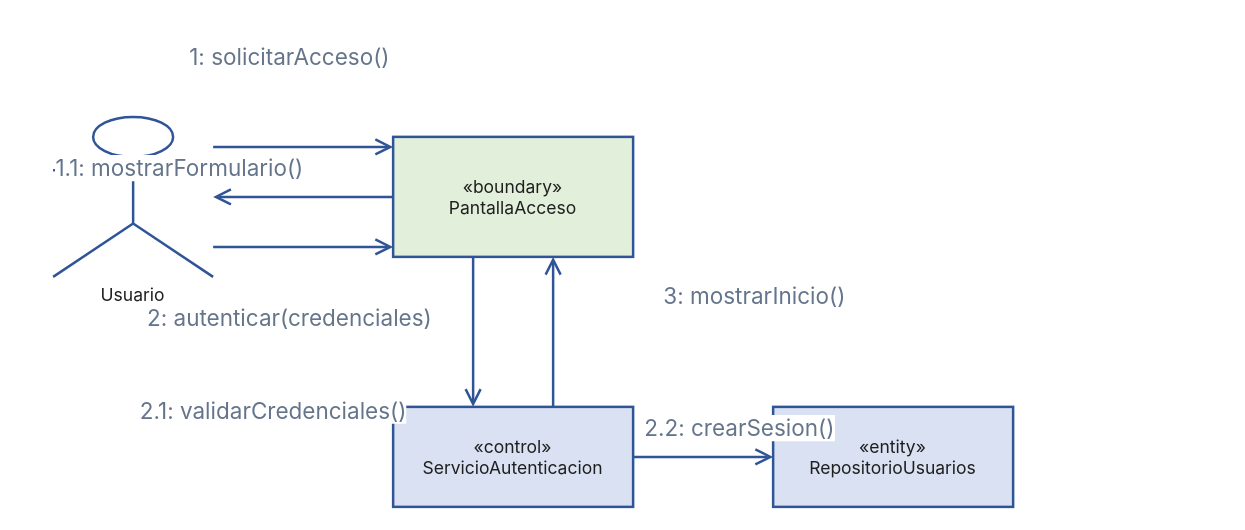
The draw.io diagram docs/diagramas-comunicacion/CU03-iniciar-sesion.drawio in miromero13/diagrammer, before the edit. Source tidied: cells renumbered, new cells numbered last; positions are measured from the earlier drawing's top-left corner, leaving out a move shared by most shapes. Both pictures are drawn from the tidied source at 125%, with x=0, y=0 at pixel (52, 116).
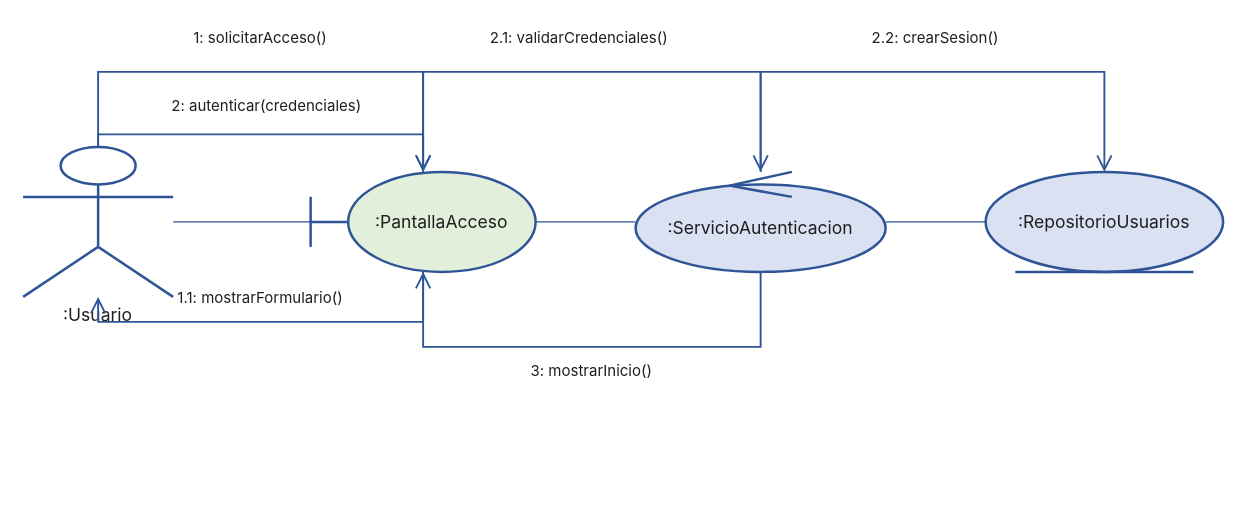
The same diagram, later.

The edit, as a diff of the source:
```diff
@@
-    <mxCell id="2" value="Usuario" style="shape=umlActor;html=1;whiteSpace=wrap;fontColor=#1F1F1F;fontSize=14;fontFamily=Inter, Roboto, system-ui, -apple-system, sans-serif;align=center;fillColor=none;strokeColor=#2F5597;strokeWidth=2;verticalLabelPosition=bottom;verticalAlign=top;" parent="1" vertex="1">
-      <mxGeometry width="128" height="128" as="geometry" />
-    </mxCell>
-    <mxCell id="3" value="«boundary»&lt;br&gt;PantallaAcceso" style="rounded=0;html=1;whiteSpace=wrap;fontColor=#1F1F1F;fontSize=14;fontFamily=Inter, Roboto, system-ui, -apple-system, sans-serif;align=center;fillColor=#E2EFDA;strokeColor=#2F5597;strokeWidth=2;" parent="1" vertex="1">
-      <mxGeometry x="272" y="16" width="192" height="96" as="geometry" />
-    </mxCell>
-    <mxCell id="4" value="«control»&lt;br&gt;ServicioAutenticacion" style="rounded=0;html=1;whiteSpace=wrap;fontColor=#1F1F1F;fontSize=14;fontFamily=Inter, Roboto, system-ui, -apple-system, sans-serif;align=center;fillColor=#D9E1F2;strokeColor=#2F5597;strokeWidth=2;" parent="1" vertex="1">
-      <mxGeometry x="272" y="232" width="192" height="80" as="geometry" />
-    </mxCell>
-    <mxCell id="5" value="«entity»&lt;br&gt;RepositorioUsuarios" style="rounded=0;html=1;whiteSpace=wrap;fontColor=#1F1F1F;fontSize=14;fontFamily=Inter, Roboto, system-ui, -apple-system, sans-serif;align=center;fillColor=#D9E1F2;strokeColor=#2F5597;strokeWidth=2;" parent="1" vertex="1">
-      <mxGeometry x="576" y="232" width="192" height="80" as="geometry" />
-    </mxCell>
-    <mxCell id="6" style="edgeStyle=orthogonalEdgeStyle;rounded=0;jettySize=auto;html=1;strokeColor=#2F5597;strokeWidth=2;endArrow=open;endFill=0;endSize=10;exitX=1;exitY=0.1875;exitDx=0;exitDy=0;entryX=0;entryY=0.0833333;entryDx=0;entryDy=0;jumpStyle=arc;jumpSize=8;" parent="1" edge="1" source="2" target="3">
-      <mxGeometry relative="1" as="geometry" />
-    </mxCell>
+    <mxCell id="18" value=":Usuario" style="shape=umlActor;html=1;whiteSpace=wrap;fontColor=#1F1F1F;fontSize=14;fontFamily=Inter, Roboto, system-ui, -apple-system, sans-serif;align=center;fillColor=none;strokeColor=#2F5597;strokeWidth=2;verticalLabelPosition=bottom;verticalAlign=top;" parent="1" vertex="1">
+      <mxGeometry x="-24" y="24" width="120" height="120" as="geometry" />
+    </mxCell>
+    <mxCell id="19" value=":PantallaAcceso" style="shape=umlBoundary;html=1;whiteSpace=wrap;fontColor=#1F1F1F;fontSize=14;fontFamily=Inter, Roboto, system-ui, -apple-system, sans-serif;align=center;fillColor=#E2EFDA;strokeColor=#2F5597;strokeWidth=2;" parent="1" vertex="1">
+      <mxGeometry x="206" y="44" width="180" height="80" as="geometry" />
+    </mxCell>
+    <mxCell id="20" value=":ServicioAutenticacion" style="ellipse;shape=umlControl;html=1;whiteSpace=wrap;fontColor=#1F1F1F;fontSize=14;fontFamily=Inter, Roboto, system-ui, -apple-system, sans-serif;align=center;fillColor=#D9E1F2;strokeColor=#2F5597;strokeWidth=2;perimeter=ellipsePerimeter;" parent="1" vertex="1">
+      <mxGeometry x="466" y="44" width="200" height="80" as="geometry" />
+    </mxCell>
+    <mxCell id="21" value=":RepositorioUsuarios" style="ellipse;shape=umlEntity;html=1;whiteSpace=wrap;fontColor=#1F1F1F;fontSize=14;fontFamily=Inter, Roboto, system-ui, -apple-system, sans-serif;align=center;fillColor=#D9E1F2;strokeColor=#2F5597;strokeWidth=2;perimeter=ellipsePerimeter;" parent="1" vertex="1">
+      <mxGeometry x="746" y="44" width="190" height="80" as="geometry" />
+    </mxCell>
+    <mxCell id="22" style="edgeStyle=none;rounded=0;html=1;strokeColor=#2F5597;strokeWidth=1;startArrow=none;endArrow=none;" parent="1" edge="1" source="18" target="19">
+      <mxGeometry relative="1" as="geometry" />
+    </mxCell>
+    <mxCell id="23" style="edgeStyle=none;rounded=0;html=1;strokeColor=#2F5597;strokeWidth=1;startArrow=none;endArrow=none;" parent="1" edge="1" source="19" target="20">
+      <mxGeometry relative="1" as="geometry" />
+    </mxCell>
+    <mxCell id="24" style="edgeStyle=none;rounded=0;html=1;strokeColor=#2F5597;strokeWidth=1;startArrow=none;endArrow=none;" parent="1" edge="1" source="20" target="21">
+      <mxGeometry relative="1" as="geometry" />
+    </mxCell>
+    <mxCell id="25" style="edgeStyle=none;rounded=0;html=1;strokeColor=#2F5597;strokeWidth=1.5;endArrow=open;endFill=0;endSize=10;" parent="1" edge="1" source="18" target="19">
+      <mxGeometry relative="1" as="geometry">
+        <Array as="points">
+          <mxPoint x="36" y="-36" />
+          <mxPoint x="296" y="-36" />
+        </Array>
+      </mxGeometry>
+    </mxCell>
+    <mxCell id="26" style="edgeStyle=none;rounded=0;html=1;strokeColor=#2F5597;strokeWidth=1.5;endArrow=open;endFill=0;endSize=10;" parent="1" edge="1" source="19" target="18">
+      <mxGeometry relative="1" as="geometry">
+        <Array as="points">
+          <mxPoint x="296" y="164" />
+          <mxPoint x="36" y="164" />
+        </Array>
+      </mxGeometry>
+    </mxCell>
+    <mxCell id="27" style="edgeStyle=none;rounded=0;html=1;strokeColor=#2F5597;strokeWidth=1.5;endArrow=open;endFill=0;endSize=10;" parent="1" edge="1" source="18" target="19">
+      <mxGeometry relative="1" as="geometry">
+        <Array as="points">
+          <mxPoint x="36" y="14" />
+          <mxPoint x="296" y="14" />
+        </Array>
+      </mxGeometry>
+    </mxCell>
+    <mxCell id="28" style="edgeStyle=none;rounded=0;html=1;strokeColor=#2F5597;strokeWidth=1.5;endArrow=open;endFill=0;endSize=10;" parent="1" edge="1" source="19" target="20">
+      <mxGeometry relative="1" as="geometry">
+        <Array as="points">
+          <mxPoint x="296" y="-36" />
+          <mxPoint x="566" y="-36" />
+        </Array>
+      </mxGeometry>
+    </mxCell>
+    <mxCell id="29" style="edgeStyle=none;rounded=0;html=1;strokeColor=#2F5597;strokeWidth=1.5;endArrow=open;endFill=0;endSize=10;" parent="1" edge="1" source="20" target="21">
+      <mxGeometry relative="1" as="geometry">
+        <Array as="points">
+          <mxPoint x="566" y="-36" />
+          <mxPoint x="841" y="-36" />
+        </Array>
+      </mxGeometry>
+    </mxCell>
+    <mxCell id="30" style="edgeStyle=none;rounded=0;html=1;strokeColor=#2F5597;strokeWidth=1.5;endArrow=open;endFill=0;endSize=10;" parent="1" edge="1" source="20" target="19">
+      <mxGeometry relative="1" as="geometry">
+        <Array as="points">
+          <mxPoint x="566" y="184" />
+          <mxPoint x="296" y="184" />
+        </Array>
+      </mxGeometry>
+    </mxCell>
-    <mxCell id="7" value="1: solicitarAcceso()" style="edgeLabel;html=1;align=center;verticalAlign=middle;fontSize=18;fontColor=#64748B;fontFamily=Inter, Roboto, system-ui, -apple-system, sans-serif;" parent="6" vertex="1">
-      <mxGeometry x="0.5" relative="1" as="geometry">
-        <mxPoint x="-48" y="-72" as="offset" />
-      </mxGeometry>
+    <mxCell id="7" value="1: solicitarAcceso()" style="text;html=1;fillColor=none;strokeColor=none;labelBackgroundColor=none;fontColor=#1F1F1F;fontSize=12;fontFamily=Inter, Roboto, system-ui, -apple-system, sans-serif;align=center;verticalAlign=middle;whiteSpace=wrap;" parent="1" vertex="1">
+      <mxGeometry x="71" y="-76" width="190" height="25" as="geometry" />
     </mxCell>
-    <mxCell id="8" style="edgeStyle=orthogonalEdgeStyle;rounded=0;jettySize=auto;html=1;strokeColor=#2F5597;strokeWidth=2;endArrow=open;endFill=0;endSize=10;exitX=0;exitY=0.5;exitDx=0;exitDy=0;entryX=1;entryY=0.5;entryDx=0;entryDy=0;jumpStyle=arc;jumpSize=8;" parent="1" edge="1" source="3" target="2">
-      <mxGeometry relative="1" as="geometry" />
-    </mxCell>
-    <mxCell id="9" value="1.1: mostrarFormulario()" style="edgeLabel;html=1;align=center;verticalAlign=middle;fontSize=18;fontColor=#64748B;fontFamily=Inter, Roboto, system-ui, -apple-system, sans-serif;" parent="8" vertex="1">
-      <mxGeometry x="0.5" relative="1" as="geometry">
-        <mxPoint x="-64" y="-24" as="offset" />
-      </mxGeometry>
+    <mxCell id="9" value="1.1: mostrarFormulario()" style="text;html=1;fillColor=none;strokeColor=none;labelBackgroundColor=none;fontColor=#1F1F1F;fontSize=12;fontFamily=Inter, Roboto, system-ui, -apple-system, sans-serif;align=center;verticalAlign=middle;whiteSpace=wrap;" parent="1" vertex="1">
+      <mxGeometry x="56" y="132" width="220" height="25" as="geometry" />
     </mxCell>
-    <mxCell id="10" style="edgeStyle=orthogonalEdgeStyle;rounded=0;jettySize=auto;html=1;strokeColor=#2F5597;strokeWidth=2;endArrow=open;endFill=0;endSize=10;exitX=1;exitY=0.8125;exitDx=0;exitDy=0;entryX=0;entryY=0.9166667;entryDx=0;entryDy=0;jumpStyle=arc;jumpSize=8;" parent="1" edge="1" source="2" target="3">
-      <mxGeometry relative="1" as="geometry" />
-    </mxCell>
-    <mxCell id="11" value="2: autenticar(credenciales)" style="edgeLabel;html=1;align=center;verticalAlign=middle;fontSize=18;fontColor=#64748B;fontFamily=Inter, Roboto, system-ui, -apple-system, sans-serif;" parent="10" vertex="1">
-      <mxGeometry x="0.5" relative="1" as="geometry">
-        <mxPoint x="-48" y="56" as="offset" />
-      </mxGeometry>
+    <mxCell id="11" value="2: autenticar(credenciales)" style="text;html=1;fillColor=none;strokeColor=none;labelBackgroundColor=none;fontColor=#1F1F1F;fontSize=12;fontFamily=Inter, Roboto, system-ui, -apple-system, sans-serif;align=center;verticalAlign=middle;whiteSpace=wrap;" parent="1" vertex="1">
+      <mxGeometry x="56" y="-21" width="230" height="25" as="geometry" />
     </mxCell>
-    <mxCell id="12" style="edgeStyle=orthogonalEdgeStyle;rounded=0;jettySize=auto;html=1;strokeColor=#2F5597;strokeWidth=2;endArrow=open;endFill=0;endSize=10;exitX=0.3333333;exitY=1;exitDx=0;exitDy=0;entryX=0.3333333;entryY=0;entryDx=0;entryDy=0;jumpStyle=arc;jumpSize=8;" parent="1" edge="1" source="3" target="4">
-      <mxGeometry relative="1" as="geometry" />
-    </mxCell>
-    <mxCell id="13" value="2.1: validarCredenciales()" style="edgeLabel;html=1;align=center;verticalAlign=middle;fontSize=18;fontColor=#64748B;fontFamily=Inter, Roboto, system-ui, -apple-system, sans-serif;" parent="12" vertex="1">
-      <mxGeometry x="0.5" relative="1" as="geometry">
-        <mxPoint x="-160" y="32" as="offset" />
-      </mxGeometry>
+    <mxCell id="13" value="2.1: validarCredenciales()" style="text;html=1;fillColor=none;strokeColor=none;labelBackgroundColor=none;fontColor=#1F1F1F;fontSize=12;fontFamily=Inter, Roboto, system-ui, -apple-system, sans-serif;align=center;verticalAlign=middle;whiteSpace=wrap;" parent="1" vertex="1">
+      <mxGeometry x="311" y="-76" width="220" height="25" as="geometry" />
     </mxCell>
-    <mxCell id="14" style="edgeStyle=orthogonalEdgeStyle;rounded=0;jettySize=auto;html=1;strokeColor=#2F5597;strokeWidth=2;endArrow=open;endFill=0;endSize=10;exitX=1;exitY=0.5;exitDx=0;exitDy=0;entryX=0;entryY=0.5;entryDx=0;entryDy=0;jumpStyle=arc;jumpSize=8;" parent="1" edge="1" source="4" target="5">
-      <mxGeometry relative="1" as="geometry" />
-    </mxCell>
-    <mxCell id="15" value="2.2: crearSesion()" style="edgeLabel;html=1;align=center;verticalAlign=middle;fontSize=18;fontColor=#64748B;fontFamily=Inter, Roboto, system-ui, -apple-system, sans-serif;" parent="14" vertex="1">
-      <mxGeometry x="0.5" relative="1" as="geometry">
-        <mxPoint y="-24" as="offset" />
-      </mxGeometry>
+    <mxCell id="15" value="2.2: crearSesion()" style="text;html=1;fillColor=none;strokeColor=none;labelBackgroundColor=none;fontColor=#1F1F1F;fontSize=12;fontFamily=Inter, Roboto, system-ui, -apple-system, sans-serif;align=center;verticalAlign=middle;whiteSpace=wrap;" parent="1" vertex="1">
+      <mxGeometry x="616" y="-76" width="180" height="25" as="geometry" />
     </mxCell>
-    <mxCell id="16" style="edgeStyle=orthogonalEdgeStyle;rounded=0;jettySize=auto;html=1;strokeColor=#2F5597;strokeWidth=2;endArrow=open;endFill=0;endSize=10;exitX=0.6666667;exitY=0;exitDx=0;exitDy=0;entryX=0.6666667;entryY=1;entryDx=0;entryDy=0;jumpStyle=arc;jumpSize=8;" parent="1" edge="1" source="4" target="3">
-      <mxGeometry relative="1" as="geometry" />
-    </mxCell>
-    <mxCell id="17" value="3: mostrarInicio()" style="edgeLabel;html=1;align=center;verticalAlign=middle;fontSize=18;fontColor=#64748B;fontFamily=Inter, Roboto, system-ui, -apple-system, sans-serif;" parent="16" vertex="1">
-      <mxGeometry x="0.5" relative="1" as="geometry">
-        <mxPoint x="160" as="offset" />
-      </mxGeometry>
+    <mxCell id="17" value="3: mostrarInicio()" style="text;html=1;fillColor=none;strokeColor=none;labelBackgroundColor=none;fontColor=#1F1F1F;fontSize=12;fontFamily=Inter, Roboto, system-ui, -apple-system, sans-serif;align=center;verticalAlign=middle;whiteSpace=wrap;" parent="1" vertex="1">
+      <mxGeometry x="336" y="192" width="190" height="24" as="geometry" />
     </mxCell>
```
